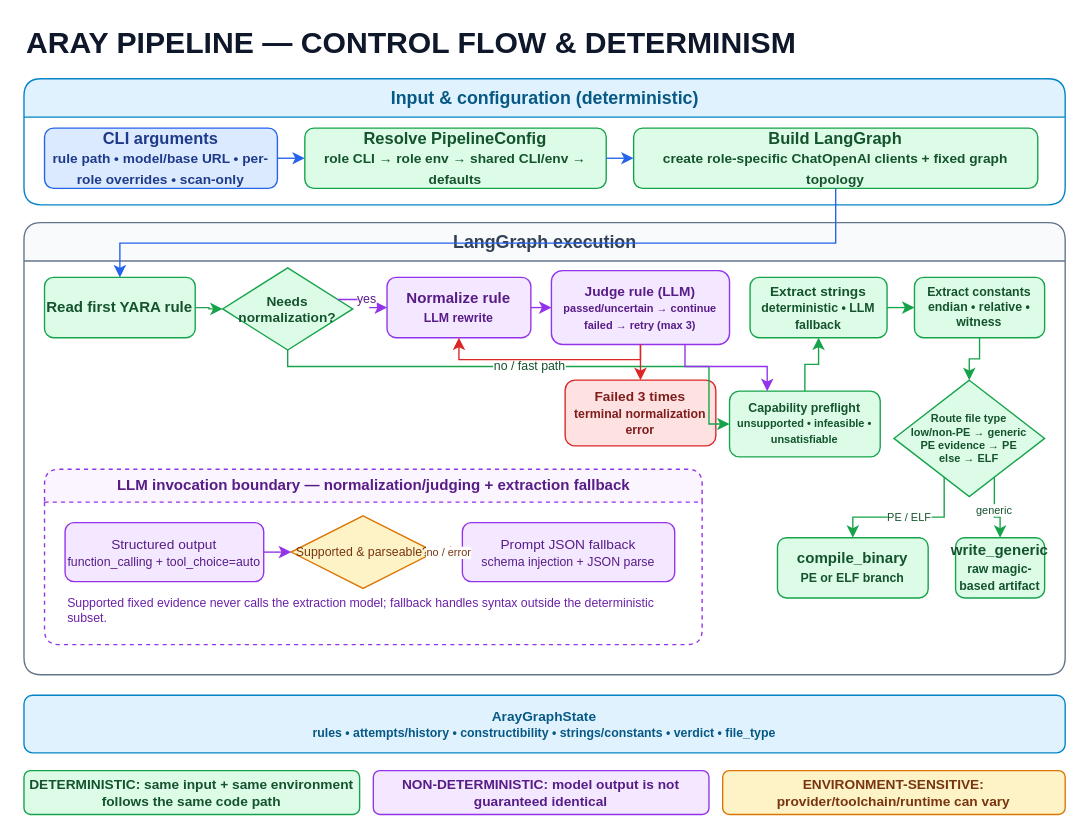
The draw.io diagram page "1 - Pipeline Flow" (1 of 2) of docs/sources/diagrams/aray-pipeline-determinism.drawio in c2dc/aray, before the edit. Source tidied: cells renumbered, new cells numbered last; positions are measured from the earlier drawing's top-left corner, leaving out a move shared by most shapes. Both pictures are drawn from the tidied source at 137%, with x=0, y=0 at pixel (23, 23).
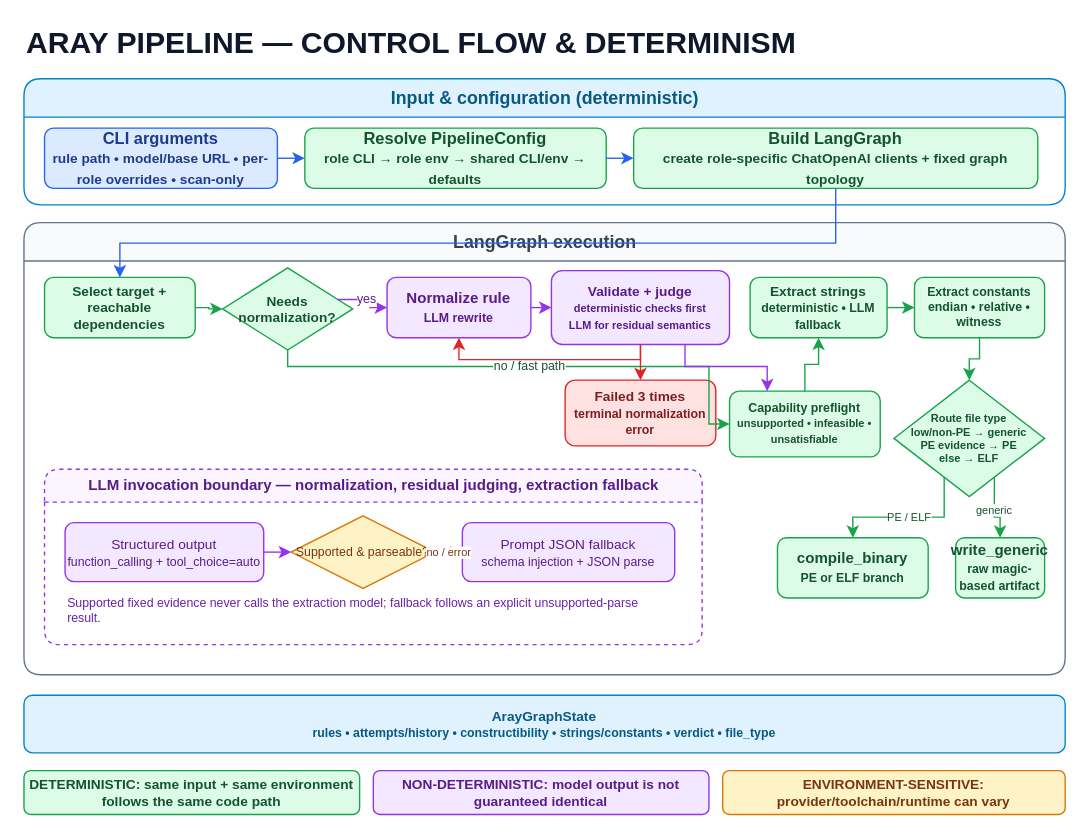
The same diagram, later.

Change to the diagram source:
```diff
@@
-    <mxCell id="8" value="Read first YARA rule" style="rounded=1;whiteSpace=wrap;html=1;fillColor=#dcfce7;strokeColor=#16a34a;fontColor=#14532d;fontStyle=1;fontSize=11;" parent="1" vertex="1">
+    <mxCell id="8" value="Select target + reachable dependencies" style="rounded=1;whiteSpace=wrap;html=1;fillColor=#dcfce7;strokeColor=#16a34a;fontColor=#14532d;fontStyle=1;fontSize=10;" parent="1" vertex="1">
       <mxGeometry x="15" y="185" width="110" height="44" as="geometry" />
     </mxCell>
@@
-    <mxCell id="11" value="Judge rule (LLM)&lt;br&gt;&lt;font style=&quot;font-size:8px&quot;&gt;passed/uncertain → continue&lt;br&gt;failed → retry (max 3)&lt;/font&gt;" style="rounded=1;whiteSpace=wrap;html=1;fillColor=#f3e8ff;strokeColor=#9333ea;fontColor=#581c87;fontStyle=1;fontSize=10;" parent="1" vertex="1">
+    <mxCell id="11" value="Validate + judge&lt;br&gt;&lt;font style=&quot;font-size:8px&quot;&gt;deterministic checks first&lt;br&gt;LLM for residual semantics&lt;/font&gt;" style="rounded=1;whiteSpace=wrap;html=1;fillColor=#f3e8ff;strokeColor=#9333ea;fontColor=#581c87;fontStyle=1;fontSize=10;" parent="1" vertex="1">
       <mxGeometry x="385" y="180" width="130" height="54" as="geometry" />
     </mxCell>
@@
-    <mxCell id="18" value="LLM invocation boundary — normalization/judging + extraction fallback" style="swimlane;html=1;rounded=1;startSize=24;fillColor=#faf5ff;strokeColor=#9333ea;fontColor=#581c87;fontStyle=1;fontSize=11;dashed=1;" parent="1" vertex="1">
+    <mxCell id="18" value="LLM invocation boundary — normalization, residual judging, extraction fallback" style="swimlane;html=1;rounded=1;startSize=24;fillColor=#faf5ff;strokeColor=#9333ea;fontColor=#581c87;fontStyle=1;fontSize=11;dashed=1;" parent="1" vertex="1">
       <mxGeometry x="15" y="325" width="480" height="128" as="geometry" />
     </mxCell>
@@
-    <mxCell id="22" value="Supported fixed evidence never calls the extraction model; fallback handles syntax outside the deterministic subset." style="text;html=1;whiteSpace=wrap;align=left;verticalAlign=middle;fontSize=9;fontColor=#6b21a8;" parent="1" vertex="1">
+    <mxCell id="22" value="Supported fixed evidence never calls the extraction model; fallback follows an explicit unsupported-parse result." style="text;html=1;whiteSpace=wrap;align=left;verticalAlign=middle;fontSize=9;fontColor=#6b21a8;" parent="1" vertex="1">
       <mxGeometry x="30" y="415" width="445" height="25" as="geometry" />
     </mxCell>
```
